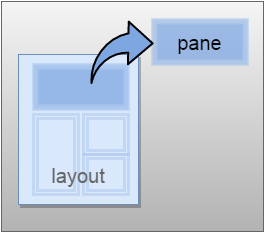
Above: common/img/PaneLayout.png in dnnsoftware/Docs (draw.io), before the change. Source tidied: cells renumbered, new cells last; positions are measured from the earlier drawing's top-left corner, leaving out a move shared by most shapes. Source of this version:
```xml
<mxGraphModel background="#ffffff">
  <root>
    <mxCell id="0" />
    <mxCell id="1" parent="0" />
    <mxCell id="2" style="whiteSpace=wrap;html=1;plain-gray;align=center;verticalAlign=top;fontStyle=1;fontSize=20;" parent="1" vertex="1">
      <mxGeometry width="262" height="230" as="geometry" />
    </mxCell>
    <mxCell id="3" value="pane" style="shape=ext;double=1;whiteSpace=wrap;html=1;shadow=0;strokeColor=#A9C4EB;fillColor=#7EA6E0;gradientColor=none;fontSize=20;fontColor=#000000;align=center;strokeWidth=3;perimeterSpacing=0;opacity=50;" parent="1" vertex="1">
      <mxGeometry x="151" y="18" width="95" height="45" as="geometry" />
    </mxCell>
    <mxCell id="4" style="whiteSpace=wrap;html=1;shadow=1;fontSize=20;fontColor=#000000;align=center;plain-blue;gradientColor=none;" parent="1" vertex="1">
      <mxGeometry x="17" y="53" width="120" height="150" as="geometry" />
    </mxCell>
    <mxCell id="5" style="shape=ext;double=1;whiteSpace=wrap;html=1;shadow=0;strokeColor=#A9C4EB;fillColor=none;gradientColor=none;fontSize=20;fontColor=#000000;align=center;strokeWidth=3;perimeterSpacing=0;opacity=50;" parent="1" vertex="1">
      <mxGeometry x="32" y="113" width="45" height="80" as="geometry" />
    </mxCell>
    <mxCell id="6" style="shape=ext;double=1;whiteSpace=wrap;html=1;shadow=0;strokeColor=#A9C4EB;fillColor=none;gradientColor=none;fontSize=20;fontColor=#000000;align=center;strokeWidth=3;perimeterSpacing=0;opacity=50;" parent="1" vertex="1">
      <mxGeometry x="82" y="113" width="45" height="40" as="geometry" />
    </mxCell>
    <mxCell id="7" style="shape=ext;double=1;whiteSpace=wrap;html=1;shadow=0;strokeColor=#A9C4EB;fillColor=none;gradientColor=none;fontSize=20;fontColor=#000000;align=center;strokeWidth=3;perimeterSpacing=0;opacity=50;" parent="1" vertex="1">
      <mxGeometry x="82" y="153" width="45" height="40" as="geometry" />
    </mxCell>
    <mxCell id="8" value="&lt;font style=&quot;font-size: 20px&quot;&gt;layout&lt;/font&gt;" style="text;html=1;strokeColor=none;fillColor=none;align=center;verticalAlign=middle;whiteSpace=wrap;overflow=hidden;shadow=1;fontSize=14;fontColor=#666666;" parent="1" vertex="1">
      <mxGeometry x="23" y="153" width="107" height="40" as="geometry" />
    </mxCell>
    <mxCell id="9" style="shape=ext;double=1;whiteSpace=wrap;html=1;shadow=0;strokeColor=#A9C4EB;fillColor=#7EA6E0;gradientColor=none;fontSize=20;fontColor=#000000;align=center;strokeWidth=3;perimeterSpacing=0;opacity=50;" parent="1" vertex="1">
      <mxGeometry x="32" y="63" width="95" height="45" as="geometry" />
    </mxCell>
    <mxCell id="10" style="shape=mxgraph.arrows.jump-in_arrow_1;html=1;verticalLabelPosition=bottom;verticalAlign=top;strokeWidth=2;strokeColor=#000000;shadow=0;fillColor=#7EA6E0;gradientColor=none;fontSize=14;fontColor=#666666;align=center;rotation=-89;" parent="1" vertex="1">
      <mxGeometry x="89" y="20" width="62" height="62" as="geometry" />
    </mxCell>
  </root>
</mxGraphModel>
```
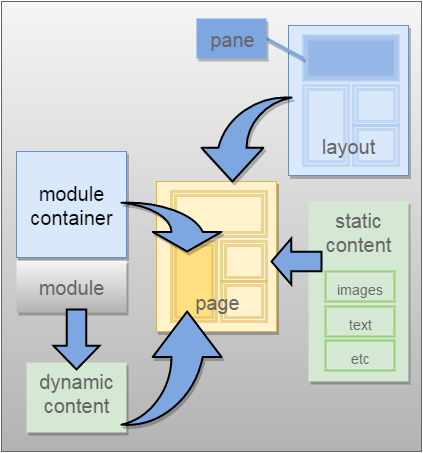
After the change.

Commit message:
Added more info in PaneLayout diagram. Tweaks.

Diff of the diagram source:
```diff
@@ -2,32 +2,89 @@
   <root>
     <mxCell id="0" />
     <mxCell id="1" parent="0" />
+    <mxCell id="11" style="whiteSpace=wrap;html=1;plain-gray;align=center;verticalAlign=top;fontStyle=1;fontSize=20;" parent="1" vertex="1">
+      <mxGeometry x="42" y="50" width="420" height="450" as="geometry" />
+    </mxCell>
-    <mxCell id="2" style="whiteSpace=wrap;html=1;plain-gray;align=center;verticalAlign=top;fontStyle=1;fontSize=20;" parent="1" vertex="1">
-      <mxGeometry width="262" height="230" as="geometry" />
+    <mxCell id="2" value="module container" style="whiteSpace=wrap;html=1;shadow=1;fontSize=20;fontColor=#000000;align=center;plain-blue;gradientColor=none;" parent="1" vertex="1">
+      <mxGeometry x="57" y="200" width="110" height="106" as="geometry" />
     </mxCell>
+    <mxCell id="12" style="whiteSpace=wrap;html=1;shadow=1;fontSize=20;fontColor=#000000;align=center;plain-blue;gradientColor=none;" parent="1" vertex="1">
+      <mxGeometry x="329" y="74" width="120" height="150" as="geometry" />
+    </mxCell>
+    <mxCell id="13" style="shape=ext;double=1;whiteSpace=wrap;html=1;shadow=0;strokeColor=#A9C4EB;fillColor=none;gradientColor=none;fontSize=20;fontColor=#000000;align=center;strokeWidth=3;perimeterSpacing=0;opacity=50;" parent="1" vertex="1">
+      <mxGeometry x="344" y="134" width="45" height="80" as="geometry" />
+    </mxCell>
+    <mxCell id="14" style="shape=ext;double=1;whiteSpace=wrap;html=1;shadow=0;strokeColor=#A9C4EB;fillColor=none;gradientColor=none;fontSize=20;fontColor=#000000;align=center;strokeWidth=3;perimeterSpacing=0;opacity=50;" parent="1" vertex="1">
+      <mxGeometry x="394" y="134" width="45" height="40" as="geometry" />
+    </mxCell>
+    <mxCell id="15" style="shape=ext;double=1;whiteSpace=wrap;html=1;shadow=0;strokeColor=#A9C4EB;fillColor=none;gradientColor=none;fontSize=20;fontColor=#000000;align=center;strokeWidth=3;perimeterSpacing=0;opacity=50;" parent="1" vertex="1">
+      <mxGeometry x="394" y="174" width="45" height="40" as="geometry" />
+    </mxCell>
+    <mxCell id="8" value="&lt;font style=&quot;font-size: 20px&quot;&gt;layout&lt;/font&gt;" style="text;html=1;strokeColor=none;fillColor=none;align=center;verticalAlign=middle;whiteSpace=wrap;overflow=hidden;shadow=1;fontSize=14;fontColor=#666666;" parent="1" vertex="1">
+      <mxGeometry x="335" y="174" width="107" height="40" as="geometry" />
+    </mxCell>
+    <mxCell id="16" style="shape=ext;double=1;whiteSpace=wrap;html=1;shadow=0;strokeColor=#A9C4EB;fillColor=#7EA6E0;gradientColor=none;fontSize=20;fontColor=#000000;align=center;strokeWidth=3;perimeterSpacing=0;opacity=50;" parent="1" vertex="1">
+      <mxGeometry x="344" y="84" width="95" height="45" as="geometry" />
+    </mxCell>
+    <mxCell id="17" style="endArrow=none;html=1;shadow=1;strokeColor=#7EA6E0;strokeWidth=3;fontSize=14;fontColor=#666666;entryX=1;entryY=0.5;exitX=0;exitY=0.5;" parent="1" edge="1" source="16" target="3">
+      <mxGeometry x="405" y="247" as="geometry" />
+    </mxCell>
-    <mxCell id="3" value="pane" style="shape=ext;double=1;whiteSpace=wrap;html=1;shadow=0;strokeColor=#A9C4EB;fillColor=#7EA6E0;gradientColor=none;fontSize=20;fontColor=#000000;align=center;strokeWidth=3;perimeterSpacing=0;opacity=50;" parent="1" vertex="1">
-      <mxGeometry x="151" y="18" width="95" height="45" as="geometry" />
+    <mxCell id="3" value="&lt;font style=&quot;font-size: 20px&quot;&gt;pane&lt;/font&gt;" style="whiteSpace=wrap;html=1;shadow=1;strokeColor=none;strokeWidth=5;fillColor=#7EA6E0;gradientColor=none;fontSize=14;fontColor=#666666;align=center;" parent="1" vertex="1">
+      <mxGeometry x="237" y="67" width="70" height="40" as="geometry" />
     </mxCell>
-    <mxCell id="4" style="whiteSpace=wrap;html=1;shadow=1;fontSize=20;fontColor=#000000;align=center;plain-blue;gradientColor=none;" parent="1" vertex="1">
-      <mxGeometry x="17" y="53" width="120" height="150" as="geometry" />
-    </mxCell>
-    <mxCell id="5" style="shape=ext;double=1;whiteSpace=wrap;html=1;shadow=0;strokeColor=#A9C4EB;fillColor=none;gradientColor=none;fontSize=20;fontColor=#000000;align=center;strokeWidth=3;perimeterSpacing=0;opacity=50;" parent="1" vertex="1">
-      <mxGeometry x="32" y="113" width="45" height="80" as="geometry" />
-    </mxCell>
-    <mxCell id="6" style="shape=ext;double=1;whiteSpace=wrap;html=1;shadow=0;strokeColor=#A9C4EB;fillColor=none;gradientColor=none;fontSize=20;fontColor=#000000;align=center;strokeWidth=3;perimeterSpacing=0;opacity=50;" parent="1" vertex="1">
-      <mxGeometry x="82" y="113" width="45" height="40" as="geometry" />
-    </mxCell>
-    <mxCell id="7" style="shape=ext;double=1;whiteSpace=wrap;html=1;shadow=0;strokeColor=#A9C4EB;fillColor=none;gradientColor=none;fontSize=20;fontColor=#000000;align=center;strokeWidth=3;perimeterSpacing=0;opacity=50;" parent="1" vertex="1">
-      <mxGeometry x="82" y="153" width="45" height="40" as="geometry" />
-    </mxCell>
-    <mxCell id="8" value="&lt;font style=&quot;font-size: 20px&quot;&gt;layout&lt;/font&gt;" style="text;html=1;strokeColor=none;fillColor=none;align=center;verticalAlign=middle;whiteSpace=wrap;overflow=hidden;shadow=1;fontSize=14;fontColor=#666666;" parent="1" vertex="1">
-      <mxGeometry x="23" y="153" width="107" height="40" as="geometry" />
-    </mxCell>
-    <mxCell id="9" style="shape=ext;double=1;whiteSpace=wrap;html=1;shadow=0;strokeColor=#A9C4EB;fillColor=#7EA6E0;gradientColor=none;fontSize=20;fontColor=#000000;align=center;strokeWidth=3;perimeterSpacing=0;opacity=50;" parent="1" vertex="1">
-      <mxGeometry x="32" y="63" width="95" height="45" as="geometry" />
-    </mxCell>
-    <mxCell id="10" style="shape=mxgraph.arrows.jump-in_arrow_1;html=1;verticalLabelPosition=bottom;verticalAlign=top;strokeWidth=2;strokeColor=#000000;shadow=0;fillColor=#7EA6E0;gradientColor=none;fontSize=14;fontColor=#666666;align=center;rotation=-89;" parent="1" vertex="1">
-      <mxGeometry x="89" y="20" width="62" height="62" as="geometry" />
-    </mxCell>
+    <mxCell id="18" style="whiteSpace=wrap;html=1;shadow=1;fontSize=20;fontColor=#000000;align=center;plain-yellow;gradientColor=none;" parent="1" vertex="1">
+      <mxGeometry x="197" y="230" width="120" height="150" as="geometry" />
+    </mxCell>
+    <mxCell id="19" style="shape=ext;double=1;whiteSpace=wrap;html=1;shadow=0;fontSize=20;fontColor=#000000;align=center;strokeWidth=3;perimeterSpacing=0;opacity=50;plain-yellow;gradientColor=none;fillColor=#FFD966;" parent="1" vertex="1">
+      <mxGeometry x="212" y="290" width="45" height="80" as="geometry" />
+    </mxCell>
+    <mxCell id="20" style="shape=ext;double=1;whiteSpace=wrap;html=1;shadow=0;fontSize=20;fontColor=#000000;align=center;strokeWidth=3;perimeterSpacing=0;opacity=50;plain-yellow;gradientColor=none;" parent="1" vertex="1">
+      <mxGeometry x="262" y="290" width="45" height="40" as="geometry" />
+    </mxCell>
+    <mxCell id="21" style="shape=ext;double=1;whiteSpace=wrap;html=1;shadow=0;fontSize=20;fontColor=#000000;align=center;strokeWidth=3;perimeterSpacing=0;opacity=50;plain-yellow;gradientColor=none;" parent="1" vertex="1">
+      <mxGeometry x="262" y="330" width="45" height="40" as="geometry" />
+    </mxCell>
+    <mxCell id="22" value="&lt;font style=&quot;font-size: 20px&quot;&gt;page&lt;/font&gt;" style="text;html=1;align=center;verticalAlign=middle;whiteSpace=wrap;overflow=hidden;shadow=1;fontSize=14;fontColor=#666666;plain-yellow;gradientColor=none;fillColor=none;strokeColor=none;" parent="1" vertex="1">
+      <mxGeometry x="203" y="330" width="107" height="40" as="geometry" />
+    </mxCell>
+    <mxCell id="23" style="shape=ext;double=1;whiteSpace=wrap;html=1;shadow=0;fontSize=20;fontColor=#000000;align=center;strokeWidth=3;perimeterSpacing=0;opacity=50;plain-yellow;gradientColor=none;" parent="1" vertex="1">
+      <mxGeometry x="212" y="240" width="95" height="45" as="geometry" />
+    </mxCell>
+    <mxCell id="24" style="edgeStyle=orthogonalEdgeStyle;rounded=0;html=1;exitX=0.75;exitY=0;entryX=0.75;entryY=0;shadow=1;startArrow=classic;startFill=1;endArrow=classic;endFill=1;strokeColor=none;strokeWidth=3;fontSize=20;fontColor=#666666;" parent="1" edge="1" source="25" target="25">
+      <mxGeometry x="238" y="469" as="geometry" />
+    </mxCell>
+    <mxCell id="25" value="module" style="whiteSpace=wrap;html=1;shadow=1;strokeWidth=5;fontSize=20;fontColor=#666666;align=center;plain-gray;strokeColor=none;" parent="1" vertex="1">
+      <mxGeometry x="57" y="309" width="110" height="52" as="geometry" />
+    </mxCell>
+    <mxCell id="26" value="static content" style="whiteSpace=wrap;html=1;shadow=1;strokeWidth=5;fontSize=20;fontColor=#666666;align=center;plain-green;gradientColor=none;verticalAlign=top;strokeColor=none;" parent="1" vertex="1">
+      <mxGeometry x="349" y="250" width="100" height="180" as="geometry" />
+    </mxCell>
+    <mxCell id="27" value="&lt;font style=&quot;font-size: 14px&quot;&gt;images&lt;/font&gt;" style="whiteSpace=wrap;html=1;shadow=0;strokeColor=#97D077;strokeWidth=2;fillColor=none;gradientColor=none;fontSize=20;fontColor=#666666;align=center;" parent="1" vertex="1">
+      <mxGeometry x="366" y="320" width="69" height="30" as="geometry" />
+    </mxCell>
+    <mxCell id="28" value="&lt;font style=&quot;font-size: 14px&quot;&gt;text&lt;/font&gt;" style="whiteSpace=wrap;html=1;shadow=0;strokeColor=#97D077;strokeWidth=2;fillColor=none;gradientColor=none;fontSize=20;fontColor=#666666;align=center;" parent="1" vertex="1">
+      <mxGeometry x="366" y="355" width="69" height="30" as="geometry" />
+    </mxCell>
+    <mxCell id="29" value="&lt;font style=&quot;font-size: 14px&quot;&gt;etc&lt;/font&gt;" style="whiteSpace=wrap;html=1;shadow=0;strokeColor=#97D077;strokeWidth=2;fillColor=none;gradientColor=none;fontSize=20;fontColor=#666666;align=center;" parent="1" vertex="1">
+      <mxGeometry x="366" y="389" width="69" height="30" as="geometry" />
+    </mxCell>
+    <mxCell id="30" value="dynamic content" style="whiteSpace=wrap;html=1;shadow=1;strokeWidth=5;fontSize=20;fontColor=#666666;align=center;plain-green;gradientColor=none;verticalAlign=top;strokeColor=none;" parent="1" vertex="1">
+      <mxGeometry x="67" y="411" width="100" height="70" as="geometry" />
+    </mxCell>
+    <mxCell id="31" style="shape=mxgraph.arrows.arrow_left;html=1;verticalLabelPosition=bottom;verticalAlign=top;strokeWidth=2;strokeColor=#000000;shadow=0;fillColor=#7EA6E0;gradientColor=none;fontSize=20;fontColor=#000000;align=center;flipH=1;rotation=90;" parent="1" vertex="1">
+      <mxGeometry x="87" y="365" width="60" height="46" as="geometry" />
+    </mxCell>
+    <mxCell id="32" style="shape=mxgraph.arrows.jump-in_arrow_1;html=1;verticalLabelPosition=bottom;verticalAlign=top;strokeWidth=2;strokeColor=#000000;shadow=1;fillColor=#7EA6E0;gradientColor=none;fontSize=14;fontColor=#666666;align=center;flipH=1;" parent="1" vertex="1">
+      <mxGeometry x="242" y="144" width="90" height="86" as="geometry" />
+    </mxCell>
+    <mxCell id="33" style="shape=mxgraph.arrows.arrow_left;html=1;verticalLabelPosition=bottom;verticalAlign=top;strokeWidth=2;strokeColor=#000000;shadow=0;fillColor=#7EA6E0;gradientColor=none;fontSize=20;fontColor=#000000;align=center;flipH=0;" parent="1" vertex="1">
+      <mxGeometry x="312" y="287" width="50" height="46" as="geometry" />
+    </mxCell>
+    <mxCell id="34" style="shape=mxgraph.arrows.jump-in_arrow_1;html=1;verticalLabelPosition=bottom;verticalAlign=top;strokeWidth=2;strokeColor=#000000;shadow=1;fillColor=#7EA6E0;gradientColor=none;fontSize=14;fontColor=#666666;align=center;flipH=0;" parent="1" vertex="1">
+      <mxGeometry x="162" y="250" width="100" height="50" as="geometry" />
+    </mxCell>
+    <mxCell id="35" style="shape=mxgraph.arrows.jump-in_arrow_1;html=1;verticalLabelPosition=bottom;verticalAlign=top;strokeWidth=2;strokeColor=#000000;shadow=1;fillColor=#7EA6E0;gradientColor=none;fontSize=14;fontColor=#666666;align=center;flipH=0;flipV=1;" parent="1" vertex="1">
+      <mxGeometry x="162" y="360" width="100" height="116" as="geometry" />
+    </mxCell>
   </root>
 </mxGraphModel>
```
